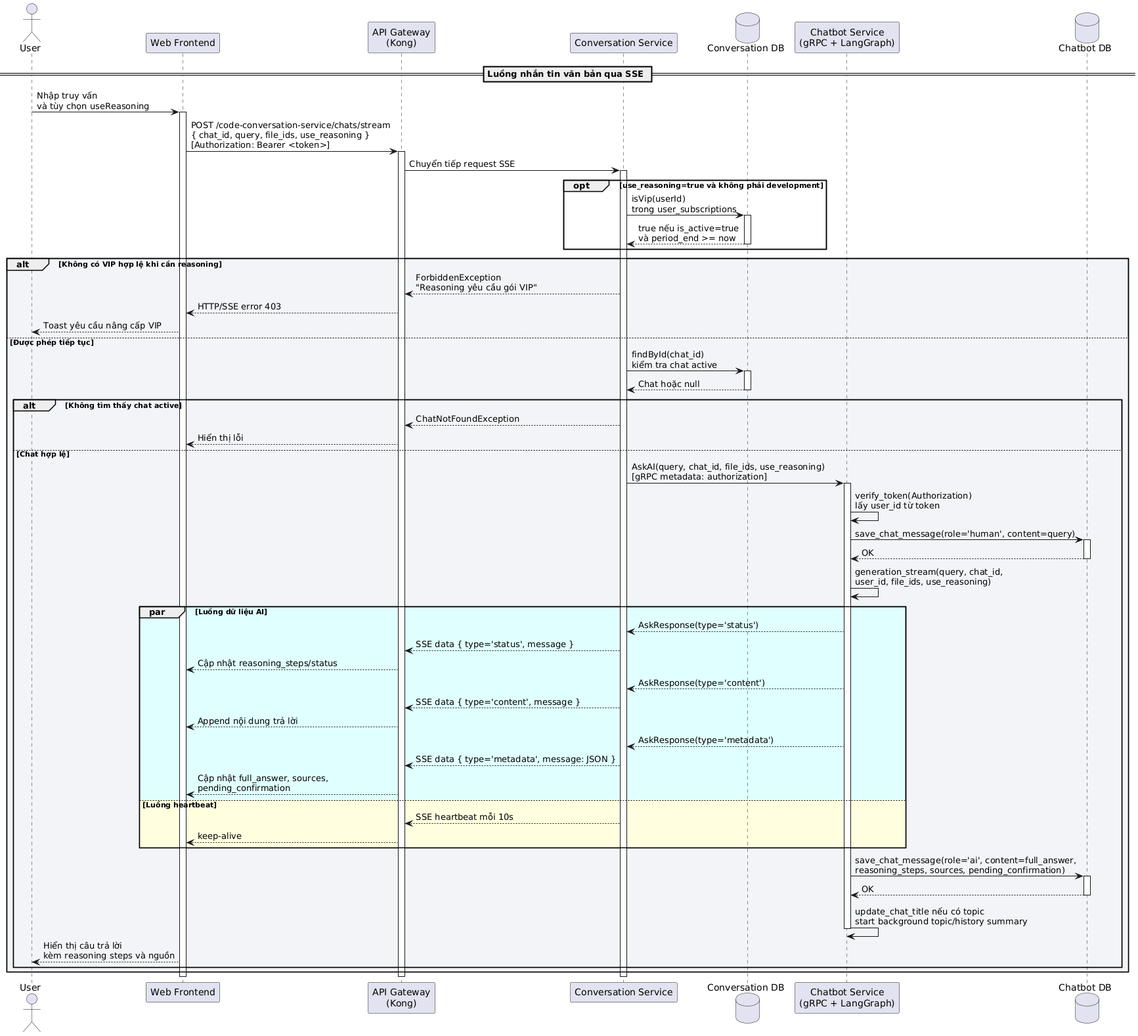
Before: latex/contents/Sequence/UML-Sequence-UserTextChatSse.png, a diagram exported from PlantUML (20206205Tech/docs-latex). Its diagram source:
```plantuml
@startuml
actor "User" as User
participant "Web Frontend" as Frontend
participant "API Gateway\n(Kong)" as Kong
participant "Conversation Service" as ConversationService
database "Conversation DB" as ConversationDB
participant "Chatbot Service\n(gRPC + LangGraph)" as ChatbotService
database "Chatbot DB" as ChatbotDB

== Luồng nhắn tin văn bản qua SSE ==

User -> Frontend: Nhập truy vấn\nvà tùy chọn useReasoning
activate Frontend

Frontend -> Kong: POST /code-conversation-service/chats/stream\n{ chat_id, query, file_ids, use_reasoning }\n[Authorization: Bearer <token>]
activate Kong
Kong -> ConversationService: Chuyển tiếp request SSE
activate ConversationService

opt use_reasoning=true và không phải development
ConversationService -> ConversationDB: isVip(userId)\ntrong user_subscriptions
activate ConversationDB
ConversationDB --> ConversationService: true nếu is_active=true\nvà period_end >= now
deactivate ConversationDB
end

alt #F2F4F7 Không có VIP hợp lệ khi cần reasoning
ConversationService --> Kong: ForbiddenException\n"Reasoning yêu cầu gói VIP"
Kong --> Frontend: HTTP/SSE error 403
Frontend --> User: Toast yêu cầu nâng cấp VIP
else Được phép tiếp tục
ConversationService -> ConversationDB: findById(chat_id)\nkiểm tra chat active
activate ConversationDB
ConversationDB --> ConversationService: Chat hoặc null
deactivate ConversationDB

alt #F2F4F7 Không tìm thấy chat active
ConversationService --> Kong: ChatNotFoundException
Kong --> Frontend: Hiển thị lỗi
else Chat hợp lệ
ConversationService -> ChatbotService: AskAI(query, chat_id, file_ids, use_reasoning)\n[gRPC metadata: authorization]
activate ChatbotService

ChatbotService -> ChatbotService: verify_token(Authorization)\nlấy user_id từ token
ChatbotService -> ChatbotDB: save_chat_message(role='human', content=query)
activate ChatbotDB
ChatbotDB --> ChatbotService: OK
deactivate ChatbotDB

ChatbotService -> ChatbotService: generation_stream(query, chat_id,\nuser_id, file_ids, use_reasoning)

par #LightCyan Luồng dữ liệu AI
ChatbotService --> ConversationService: AskResponse(type='status')
ConversationService --> Kong: SSE data { type='status', message }
Kong --> Frontend: Cập nhật reasoning_steps/status

ChatbotService --> ConversationService: AskResponse(type='content')
ConversationService --> Kong: SSE data { type='content', message }
Kong --> Frontend: Append nội dung trả lời

ChatbotService --> ConversationService: AskResponse(type='metadata')
ConversationService --> Kong: SSE data { type='metadata', message: JSON }
Kong --> Frontend: Cập nhật full_answer, sources,\npending_confirmation
else #LightYellow Luồng heartbeat
ConversationService --> Kong: SSE heartbeat mỗi 10s
Kong --> Frontend: keep-alive
end

ChatbotService -> ChatbotDB: save_chat_message(role='ai', content=full_answer,\nreasoning_steps, sources, pending_confirmation)
activate ChatbotDB
ChatbotDB --> ChatbotService: OK
deactivate ChatbotDB

ChatbotService -> ChatbotService: update_chat_title nếu có topic\nstart background topic/history summary
deactivate ChatbotService

Frontend --> User: Hiển thị câu trả lời\nkèm reasoning steps và nguồn
end
end

deactivate ConversationService
deactivate Kong
deactivate Frontend
@enduml
```
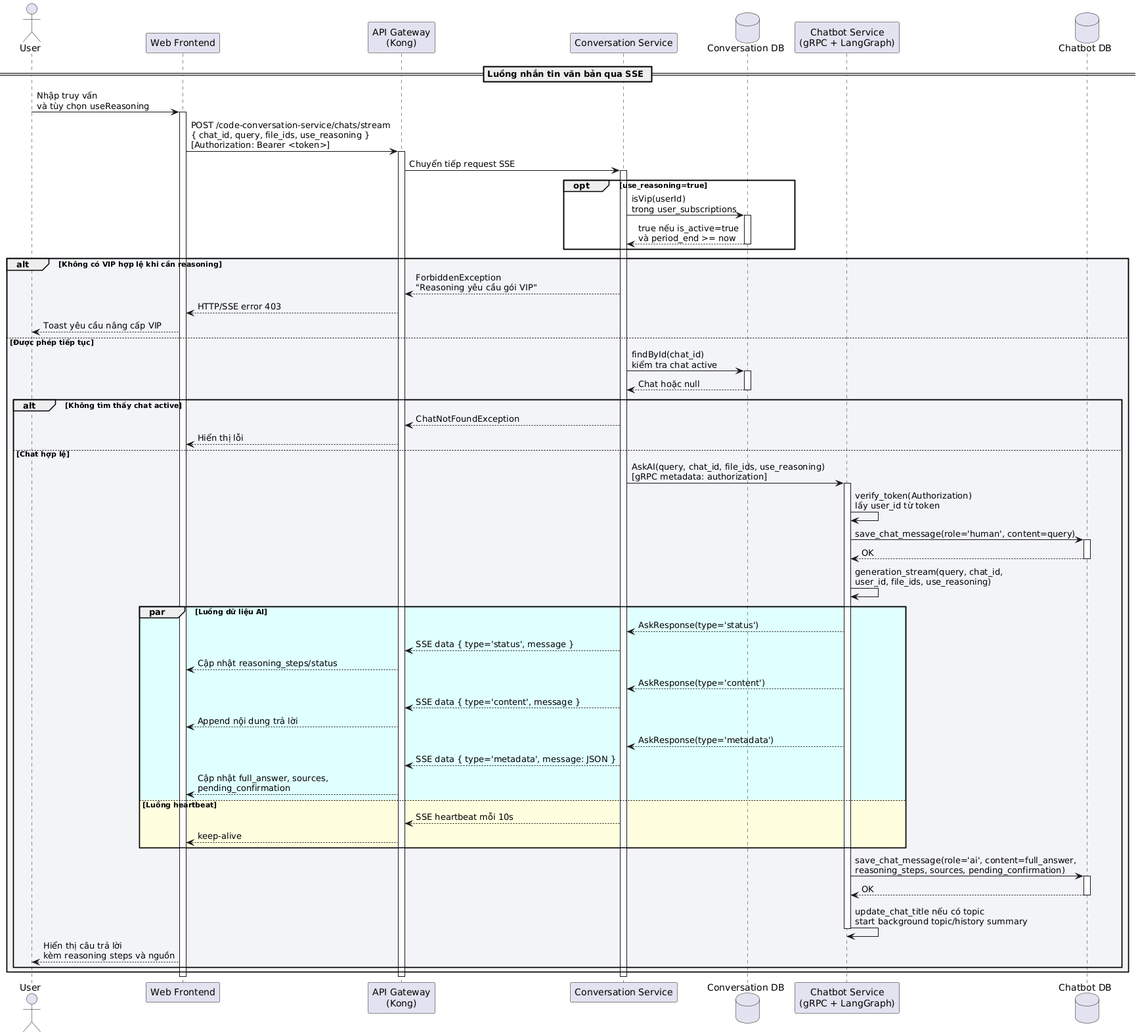
The same diagram one commit later.

Change to the diagram source:
```diff
@@ -17,7 +17,7 @@
 Kong -> ConversationService: Chuyển tiếp request SSE
 activate ConversationService
 
-opt use_reasoning=true và không phải development
+opt use_reasoning=true
 ConversationService -> ConversationDB: isVip(userId)\ntrong user_subscriptions
 activate ConversationDB
 ConversationDB --> ConversationService: true nếu is_active=true\nvà period_end >= now
```
